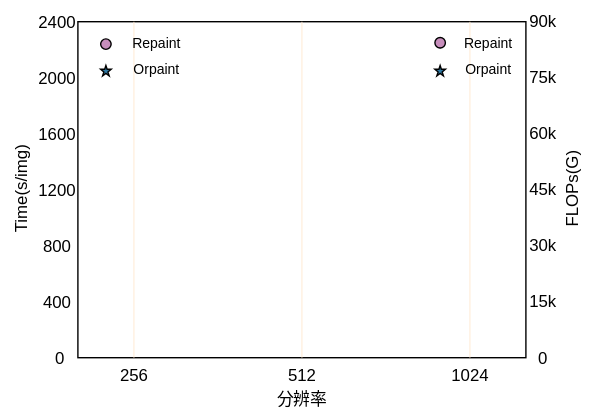
The draw.io diagram img_in_paper/textunet.drawio.svg in YMlinfeng/undergraduate_thesis, before a commit. Source tidied: cells renumbered, new cells last; positions are measured from the earlier drawing's top-left corner, leaving out a move shared by most shapes.
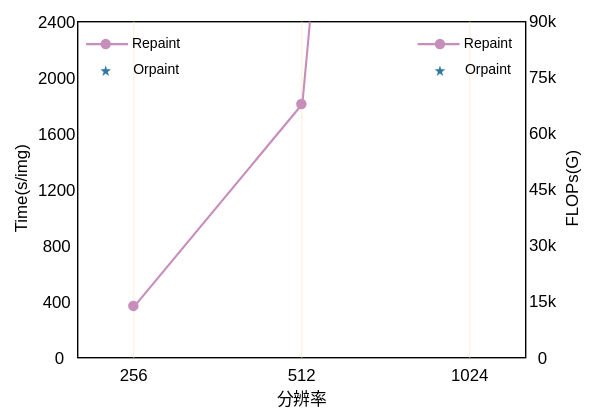
Above is the later version.

The edit, as a diff of the source:
```diff
@@ -74,16 +74,10 @@
     <mxCell id="25" value="分辨率" style="text;html=1;align=center;verticalAlign=middle;strokeColor=none;fillColor=none;" parent="1" vertex="1">
       <mxGeometry x="215" y="270" width="60" height="30" as="geometry" />
     </mxCell>
-    <mxCell id="26" style="shape=waypoint;sketch=0;fillStyle=solid;size=6;fillColor=none;perimeter=centerPerimeter;" parent="1" vertex="1">
-      <mxGeometry x="95" y="21" width="20" height="20" as="geometry" />
-    </mxCell>
-    <mxCell id="27" style="shape=waypoint;sketch=0;fillStyle=solid;size=6;fillColor=none;perimeter=centerPerimeter;" parent="1" vertex="1">
-      <mxGeometry x="333.8" y="21" width="20" height="20" as="geometry" />
-    </mxCell>
-    <mxCell id="28" style="verticalLabelPosition=bottom;verticalAlign=top;html=1;shape=mxgraph.basic.star;fillColor=#2d79a4;" parent="1" vertex="1">
+    <mxCell id="28" style="verticalLabelPosition=bottom;verticalAlign=top;html=1;shape=mxgraph.basic.star;fillColor=#2d79a4;strokeColor=none;" parent="1" vertex="1">
       <mxGeometry x="101.2" y="46.2" width="7.5" height="7.5" as="geometry" />
     </mxCell>
-    <mxCell id="29" style="verticalLabelPosition=bottom;verticalAlign=top;html=1;shape=mxgraph.basic.star;fillColor=#2d79a4;" parent="1" vertex="1">
+    <mxCell id="29" style="verticalLabelPosition=bottom;verticalAlign=top;html=1;shape=mxgraph.basic.star;fillColor=#2d79a4;strokeColor=none;" parent="1" vertex="1">
       <mxGeometry x="340" y="46.2" width="7.5" height="7.5" as="geometry" />
     </mxCell>
     <mxCell id="30" value="&lt;font style=&quot;font-size: 10px;&quot;&gt;Repaint&lt;/font&gt;" style="text;html=1;align=center;verticalAlign=middle;strokeColor=none;fillColor=none;" parent="1" vertex="1">
@@ -98,11 +92,44 @@
     <mxCell id="33" value="&lt;font style=&quot;font-size: 10px;&quot;&gt;Repaint&lt;/font&gt;" style="text;html=1;align=center;verticalAlign=middle;strokeColor=none;fillColor=none;" parent="1" vertex="1">
       <mxGeometry x="111" y="15" width="60" height="30" as="geometry" />
     </mxCell>
-    <mxCell id="34" style="ellipse;whiteSpace=wrap;html=1;fillColor=#C78EBC;" parent="1" vertex="1">
+    <mxCell id="34" style="ellipse;whiteSpace=wrap;html=1;fillColor=#C78EBC;strokeColor=none;" parent="1" vertex="1">
       <mxGeometry x="101.2" y="27.2" width="7.5" height="7.5" as="geometry" />
     </mxCell>
-    <mxCell id="35" style="ellipse;whiteSpace=wrap;html=1;fillColor=#c78ebc;" parent="1" vertex="1">
-      <mxGeometry x="340" y="26.2" width="7.5" height="7.5" as="geometry" />
+    <mxCell id="35" style="ellipse;whiteSpace=wrap;html=1;fillColor=#c78ebc;fontColor=none;noLabel=1;strokeColor=none;" parent="1" vertex="1">
+      <mxGeometry x="340" y="27.2" width="7.5" height="7.5" as="geometry" />
     </mxCell>
+    <mxCell id="36" style="endArrow=none;html=1;rounded=0;strokeWidth=1.5;entryX=0.517;entryY=0.005;entryDx=0;entryDy=0;entryPerimeter=0;exitX=0.864;exitY=0.248;exitDx=0;exitDy=0;exitPerimeter=0;strokeColor=#c78ebc;" parent="1" edge="1">
+      <mxGeometry relative="1" as="geometry">
+        <mxPoint x="125" y="218.9" as="sourcePoint" />
+        <mxPoint x="250.9" y="15" as="targetPoint" />
+        <Array as="points">
+          <mxPoint x="245.5" y="73.8" />
+        </Array>
+      </mxGeometry>
+    </mxCell>
+    <mxCell id="37" style="ellipse;whiteSpace=wrap;html=1;fillColor=#C78EBC;strokeColor=none;" parent="1" vertex="1">
+      <mxGeometry x="241" y="70" width="7.5" height="7.5" as="geometry" />
+    </mxCell>
+    <mxCell id="38" style="ellipse;whiteSpace=wrap;html=1;fillColor=#C78EBC;strokeColor=none;" parent="1" vertex="1">
+      <mxGeometry x="121" y="214.2" width="7.5" height="7.5" as="geometry" />
+    </mxCell>
+    <mxCell id="39" style="endArrow=none;html=1;rounded=0;strokeWidth=1.5;strokeColor=#c78ebc;" parent="1" edge="1">
+      <mxGeometry relative="1" as="geometry">
+        <mxPoint x="121" y="31" as="sourcePoint" />
+        <mxPoint x="91" y="31" as="targetPoint" />
+        <Array as="points">
+          <mxPoint x="121" y="31" />
+        </Array>
+      </mxGeometry>
+    </mxCell>
+    <mxCell id="40" style="endArrow=none;html=1;rounded=0;strokeWidth=1.5;strokeColor=#c78ebc;" parent="1" edge="1">
+      <mxGeometry relative="1" as="geometry">
+        <mxPoint x="357.8" y="31" as="sourcePoint" />
+        <mxPoint x="327.8" y="31" as="targetPoint" />
+        <Array as="points">
+          <mxPoint x="357.8" y="31" />
+        </Array>
+      </mxGeometry>
+    </mxCell>
   </root>
 </mxGraphModel>
```
